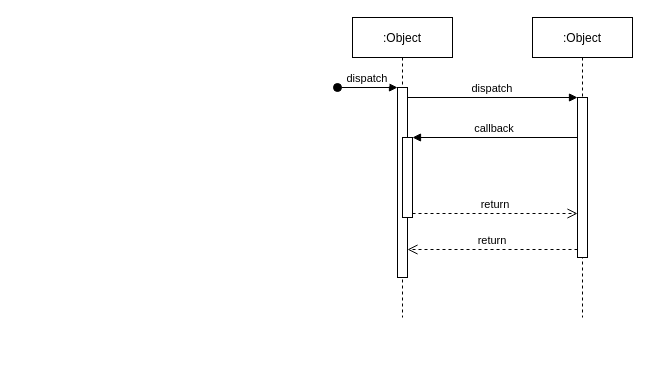
This is Sequenz.drawio from htw-projekt-p2p-volltextsuche/p2p-volltextsuche, a draw.io file, before an edit. Source tidied: cells renumbered, new cells numbered last; positions are measured from the earlier drawing's top-left corner, leaving out a move shared by most shapes. Both pictures are drawn from the tidied source at 100%, with x=0, y=0 at pixel (337, 17).
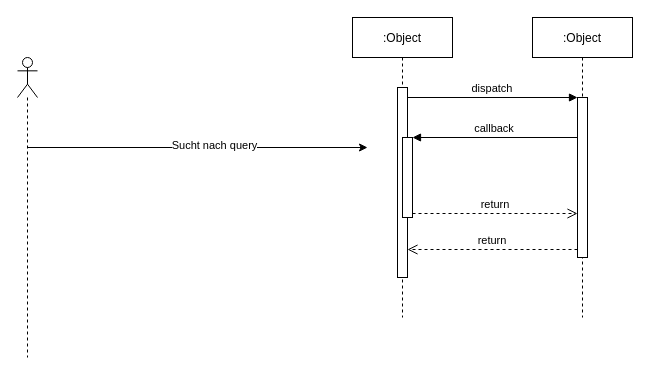
Above is the later version.

Diff of the diagram source:
```diff
@@
 <mxGraphModel>
   <root>
     <mxCell id="0" />
     <mxCell id="1" parent="0" />
     <mxCell id="2" value=":Object" style="shape=umlLifeline;perimeter=lifelinePerimeter;rounded=0;shadow=0;strokeWidth=1;" parent="1" vertex="1">
       <mxGeometry x="15" width="100" height="300" as="geometry" />
     </mxCell>
     <mxCell id="3" style="points=[];perimeter=orthogonalPerimeter;rounded=0;shadow=0;strokeWidth=1;" parent="2" vertex="1">
       <mxGeometry x="45" y="70" width="10" height="190" as="geometry" />
     </mxCell>
-    <mxCell id="4" value="dispatch" style="verticalAlign=bottom;startArrow=oval;endArrow=block;startSize=8;shadow=0;strokeWidth=1;" parent="2" edge="1" target="3">
-      <mxGeometry relative="1" as="geometry">
-        <mxPoint x="-15" y="70" as="sourcePoint" />
-      </mxGeometry>
-    </mxCell>
     <mxCell id="5" style="points=[];perimeter=orthogonalPerimeter;rounded=0;shadow=0;strokeWidth=1;" parent="2" vertex="1">
       <mxGeometry x="50" y="120" width="10" height="80" as="geometry" />
     </mxCell>
     <mxCell id="6" value=":Object" style="shape=umlLifeline;perimeter=lifelinePerimeter;rounded=0;shadow=0;strokeWidth=1;" parent="1" vertex="1">
       <mxGeometry x="195" width="100" height="300" as="geometry" />
     </mxCell>
     <mxCell id="7" style="points=[];perimeter=orthogonalPerimeter;rounded=0;shadow=0;strokeWidth=1;" parent="6" vertex="1">
       <mxGeometry x="45" y="80" width="10" height="160" as="geometry" />
     </mxCell>
     <mxCell id="8" value="return" style="verticalAlign=bottom;endArrow=open;dashed=1;endSize=8;exitX=0;exitY=0.95;shadow=0;strokeWidth=1;" parent="1" edge="1" source="7" target="3">
       <mxGeometry relative="1" as="geometry" />
     </mxCell>
     <mxCell id="9" value="dispatch" style="verticalAlign=bottom;endArrow=block;entryX=0;entryY=0;shadow=0;strokeWidth=1;" parent="1" edge="1" source="3" target="7">
       <mxGeometry relative="1" as="geometry" />
     </mxCell>
     <mxCell id="10" value="callback" style="verticalAlign=bottom;endArrow=block;entryX=1;entryY=0;shadow=0;strokeWidth=1;" parent="1" edge="1" source="7" target="5">
       <mxGeometry relative="1" as="geometry" />
     </mxCell>
     <mxCell id="11" value="return" style="verticalAlign=bottom;endArrow=open;dashed=1;endSize=8;exitX=1;exitY=0.95;shadow=0;strokeWidth=1;" parent="1" edge="1" source="5" target="7">
       <mxGeometry relative="1" as="geometry" />
     </mxCell>
+    <mxCell id="12" style="shape=umlLifeline;participant=umlActor;perimeter=lifelinePerimeter;whiteSpace=wrap;html=1;verticalAlign=top;spacingTop=36;outlineConnect=0;" parent="1" vertex="1">
+      <mxGeometry x="-320" y="40" width="20" height="300" as="geometry" />
+    </mxCell>
+    <mxCell id="13" style="endArrow=classic;html=1;" parent="1" edge="1" source="12">
+      <mxGeometry relative="1" as="geometry">
+        <mxPoint x="30" y="130" as="targetPoint" />
+      </mxGeometry>
+    </mxCell>
+    <mxCell id="14" value="Sucht nach query" style="edgeLabel;html=1;align=center;verticalAlign=middle;" parent="13" vertex="1">
+      <mxGeometry x="0.1" y="3" relative="1" as="geometry" />
+    </mxCell>
   </root>
 </mxGraphModel>
```
